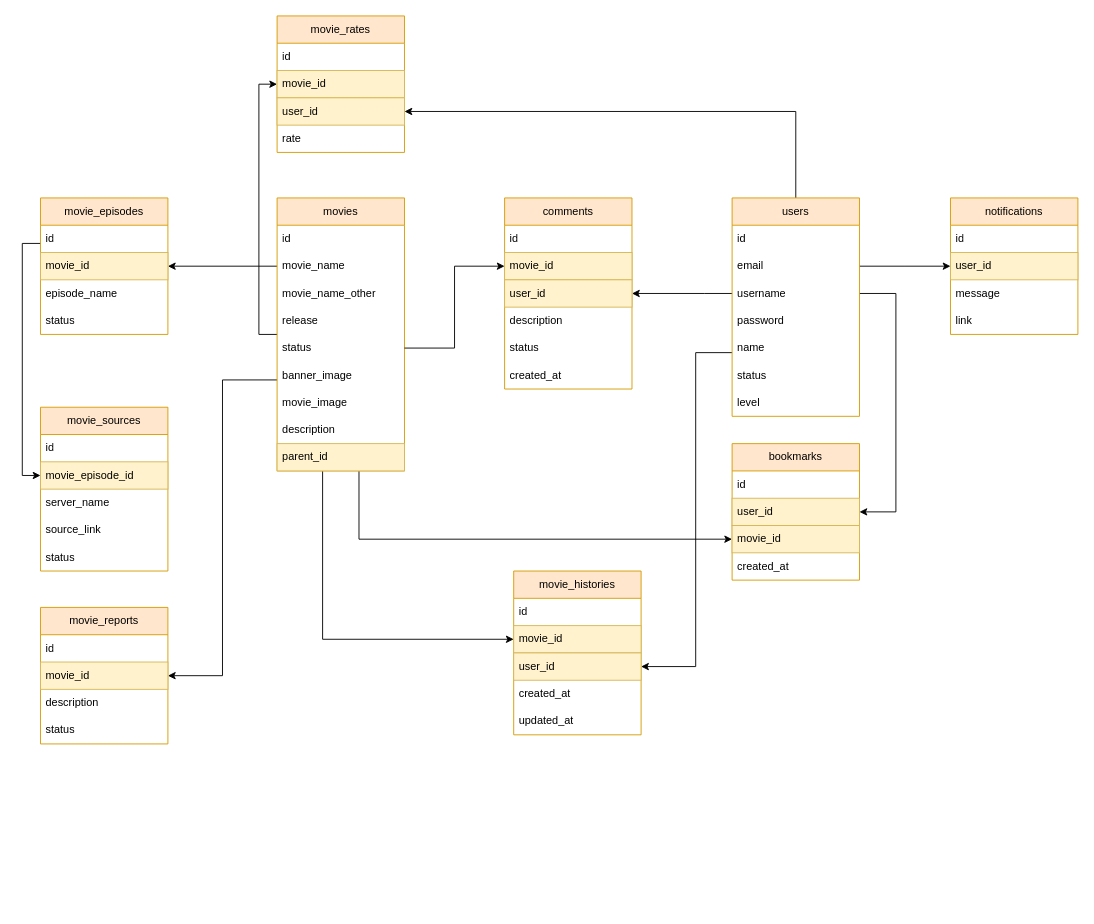
chinhps/movie-project keeps this draw.io diagram as movies_erd.drawio. Above is the earlier version. Source tidied: cells renumbered, new cells numbered last; positions are measured from the earlier drawing's top-left corner, leaving out a move shared by most shapes. Both pictures are drawn from the tidied source at 91%, with x=0, y=0 at pixel (22, 15).
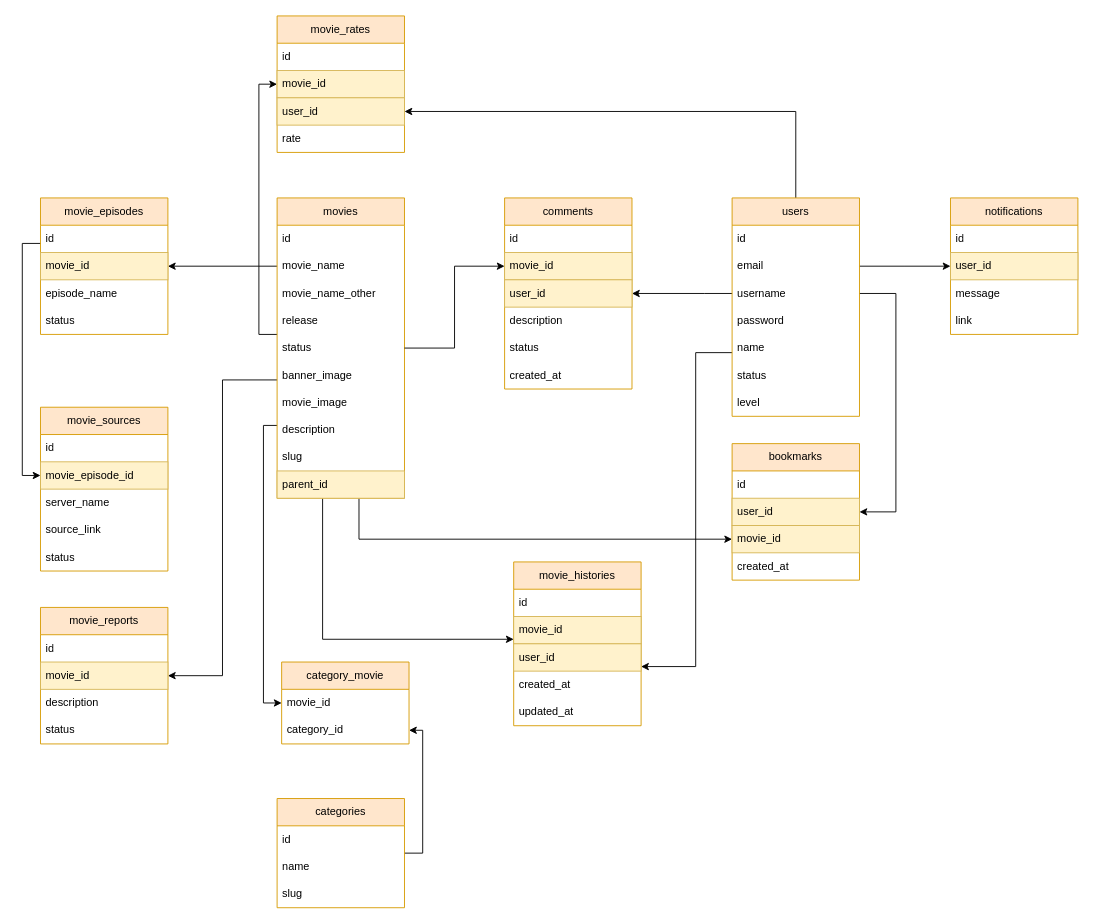
The same page after the edit.

What changed in the source:
```diff
@@
+    <mxCell id="76" style="edgeStyle=orthogonalEdgeStyle;rounded=0;jettySize=auto;html=1;entryX=0;entryY=0.5;entryDx=0;entryDy=0;" parent="1" edge="1" source="7" target="84">
+      <mxGeometry relative="1" as="geometry">
+        <Array as="points">
+          <mxPoint x="265" y="450" />
+          <mxPoint x="265" y="755" />
+        </Array>
+      </mxGeometry>
+    </mxCell>
     <mxCell id="7" value="movies" style="swimlane;fontStyle=0;horizontal=1;startSize=30;whiteSpace=wrap;html=1;fillColor=#ffe6cc;strokeColor=#d79b00;" parent="1" vertex="1">
-      <mxGeometry x="280" y="200" width="140" height="300" as="geometry" />
+      <mxGeometry x="280" y="200" width="140" height="330" as="geometry" />
     </mxCell>
@@
+    <mxCell id="77" value="slug" style="text;align=left;verticalAlign=middle;spacingLeft=4;spacingRight=4;overflow=hidden;whiteSpace=wrap;html=1;" parent="7" vertex="1">
+      <mxGeometry y="270" width="140" height="30" as="geometry" />
+    </mxCell>
     <mxCell id="16" value="parent_id" style="text;align=left;verticalAlign=middle;spacingLeft=4;spacingRight=4;overflow=hidden;whiteSpace=wrap;html=1;fillColor=#fff2cc;strokeColor=#d6b656;" parent="7" vertex="1">
-      <mxGeometry y="270" width="140" height="30" as="geometry" />
+      <mxGeometry y="300" width="140" height="30" as="geometry" />
     </mxCell>
@@
     <mxCell id="54" value="movie_histories" style="swimlane;fontStyle=0;horizontal=1;startSize=30;whiteSpace=wrap;html=1;fillColor=#ffe6cc;strokeColor=#d79b00;" parent="1" vertex="1">
-      <mxGeometry x="540" y="610" width="140" height="180" as="geometry" />
+      <mxGeometry x="540" y="600" width="140" height="180" as="geometry" />
     </mxCell>
@@
+    <mxCell id="78" style="edgeStyle=orthogonalEdgeStyle;rounded=0;jettySize=auto;html=1;entryX=1;entryY=0.5;entryDx=0;entryDy=0;" parent="1" edge="1" source="79" target="85">
+      <mxGeometry relative="1" as="geometry">
+        <Array as="points">
+          <mxPoint x="440" y="920" />
+          <mxPoint x="440" y="785" />
+        </Array>
+      </mxGeometry>
+    </mxCell>
+    <mxCell id="79" value="categories" style="swimlane;fontStyle=0;horizontal=1;startSize=30;whiteSpace=wrap;html=1;fillColor=#ffe6cc;strokeColor=#d79b00;" parent="1" vertex="1">
+      <mxGeometry x="280" y="860" width="140" height="120" as="geometry" />
+    </mxCell>
+    <mxCell id="80" value="id" style="text;strokeColor=none;fillColor=none;align=left;verticalAlign=middle;spacingLeft=4;spacingRight=4;overflow=hidden;whiteSpace=wrap;html=1;" parent="79" vertex="1">
+      <mxGeometry y="30" width="140" height="30" as="geometry" />
+    </mxCell>
+    <mxCell id="81" value="name" style="text;strokeColor=none;fillColor=none;align=left;verticalAlign=middle;spacingLeft=4;spacingRight=4;overflow=hidden;whiteSpace=wrap;html=1;" parent="79" vertex="1">
+      <mxGeometry y="60" width="140" height="30" as="geometry" />
+    </mxCell>
+    <mxCell id="82" value="slug" style="text;strokeColor=none;fillColor=none;align=left;verticalAlign=middle;spacingLeft=4;spacingRight=4;overflow=hidden;whiteSpace=wrap;html=1;" parent="79" vertex="1">
+      <mxGeometry y="90" width="140" height="30" as="geometry" />
+    </mxCell>
+    <mxCell id="83" value="category_movie" style="swimlane;fontStyle=0;horizontal=1;startSize=30;whiteSpace=wrap;html=1;fillColor=#ffe6cc;strokeColor=#d79b00;" parent="1" vertex="1">
+      <mxGeometry x="285" y="710" width="140" height="90" as="geometry" />
+    </mxCell>
+    <mxCell id="84" value="movie_id" style="text;strokeColor=none;fillColor=none;align=left;verticalAlign=middle;spacingLeft=4;spacingRight=4;overflow=hidden;points=[[0,0.5],[1,0.5]];portConstraint=eastwest;whiteSpace=wrap;html=1;" parent="83" vertex="1">
+      <mxGeometry y="30" width="140" height="30" as="geometry" />
+    </mxCell>
+    <mxCell id="85" value="category_id" style="text;strokeColor=none;fillColor=none;align=left;verticalAlign=middle;spacingLeft=4;spacingRight=4;overflow=hidden;points=[[0,0.5],[1,0.5]];portConstraint=eastwest;whiteSpace=wrap;html=1;" parent="83" vertex="1">
+      <mxGeometry y="60" width="140" height="30" as="geometry" />
+    </mxCell>
```
